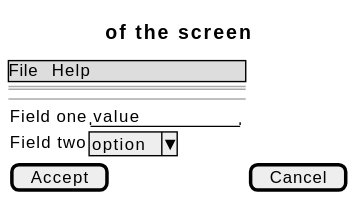
Before: docs/01-requirements/use-cases/checkPermission/wireframes.svg, a diagram exported from PlantUML (didactika/kampus). Its diagram source:
```plantuml
@startsalt
{
  {* File | Help }
  ==
  Title of the screen
  --
  {
    Field one | "value        "
    Field two | ^option^
  }
  [ Accept ] | [ Cancel ]
}
@endsalt
```
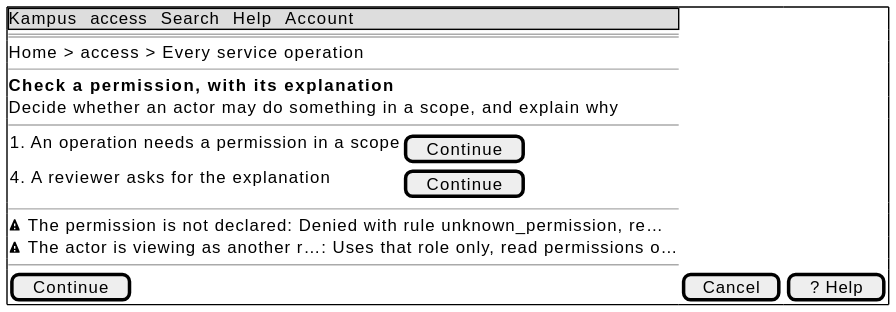
Above is the later version.

What changed in the source:
```diff
@@ -1,13 +1,20 @@
 @startsalt
-{
-  {* File | Help }
+{+
+  {* Kampus | access | Search | Help | Account }
   ==
-  Title of the screen
+  Home > access > Every service operation
+  --
+  <b>Check a permission, with its explanation
+  Decide whether an actor may do something in a scope, and explain why
   --
   {
-    Field one | "value        "
-    Field two | ^option^
+    1. An operation needs a permission in a scope | [ Continue ]
+    4. A reviewer asks for the explanation | [ Continue ]
   }
-  [ Accept ] | [ Cancel ]
+  --
+  <&warning> The permission is not declared: Denied with rule unknown_permission, re…
+  <&warning> The actor is viewing as another r…: Uses that role only, read permissions o…
+  --
+  [ Continue ] | [ Cancel ] | [ ? Help ]
 }
 @endsalt
```
